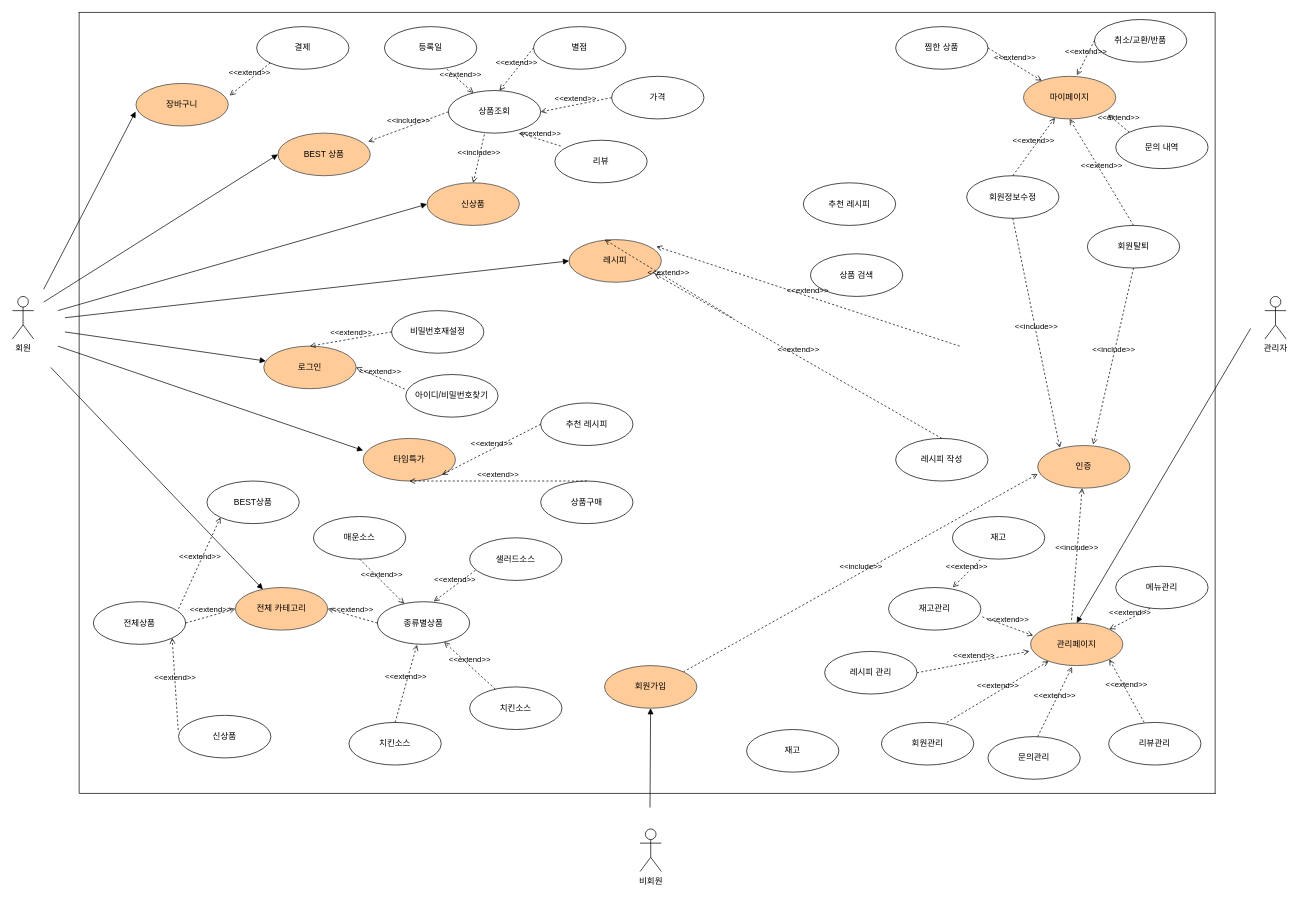
The draw.io diagram USECASE DIAGRAM.drawio in wjdwodhs/USECASE-DIAGRAM, before the edit. Source tidied: cells renumbered, new cells numbered last; positions are measured from the earlier drawing's top-left corner, leaving out a move shared by most shapes. Both pictures are drawn from the tidied source at 71%, with x=0, y=0 at pixel (12, 12).
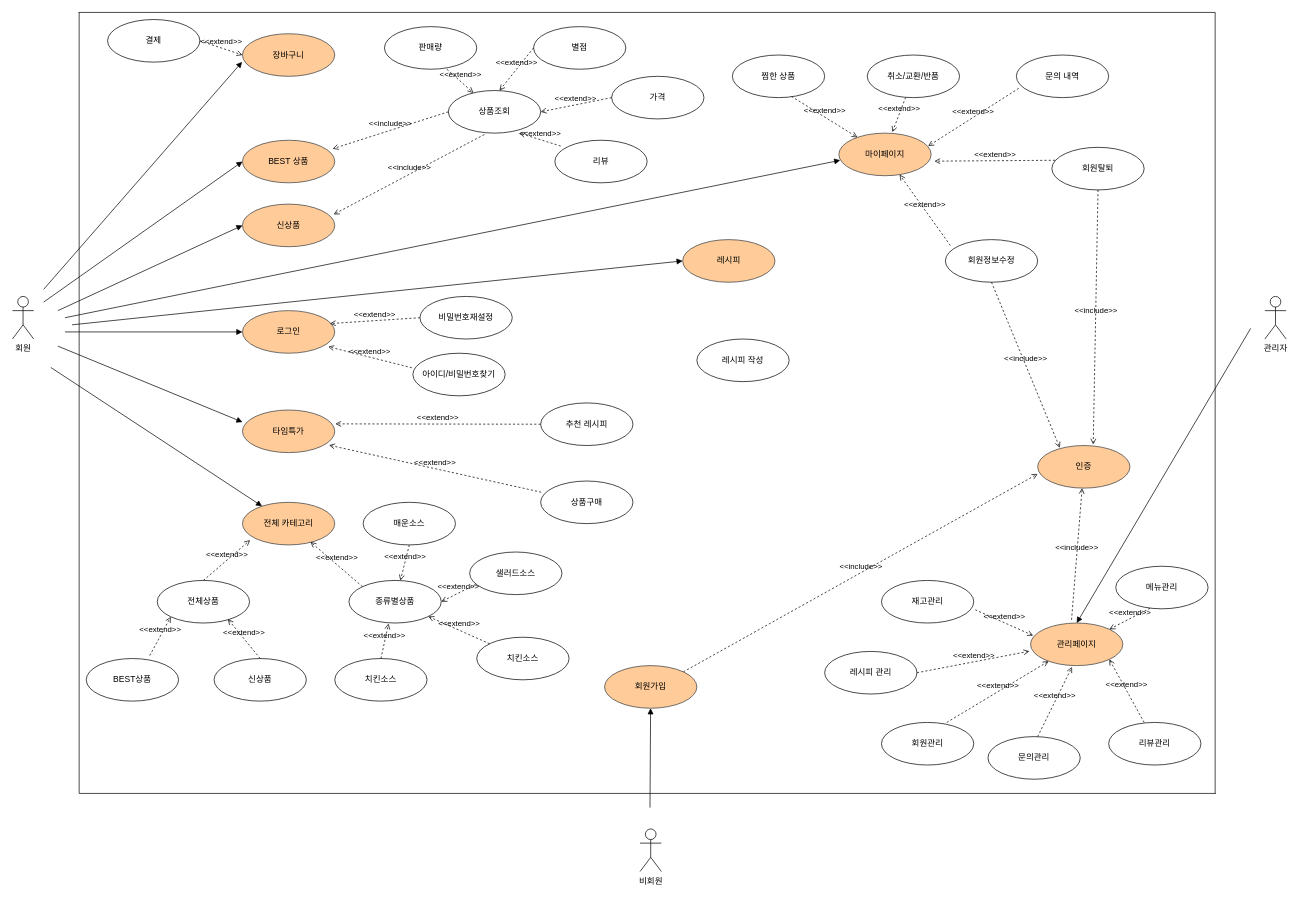
Above is the later version.

The change refers to these unchanged cells:
```xml
<mxCell id="38" value="상품조회" style="ellipse;whiteSpace=wrap;html=1;" parent="1" vertex="1">
  <mxGeometry x="614" y="110" width="130" height="60" as="geometry" />
</mxCell>
<mxCell id="39" value="상품구매" style="ellipse;whiteSpace=wrap;html=1;" parent="1" vertex="1">
  <mxGeometry x="744" y="660" width="130" height="60" as="geometry" />
</mxCell>
<mxCell id="40" value="추천 레시피" style="ellipse;whiteSpace=wrap;html=1;" parent="1" vertex="1">
  <mxGeometry x="744" y="550" width="130" height="60" as="geometry" />
</mxCell>
```

What changed in the source:
```diff
@@
     <mxCell id="4" value="로그인" style="ellipse;whiteSpace=wrap;html=1;fillColor=#ffcc99;strokeColor=#36393d;" parent="1" vertex="1">
-      <mxGeometry x="354" y="470" width="130" height="60" as="geometry" />
+      <mxGeometry x="324" y="420" width="130" height="60" as="geometry" />
     </mxCell>
     <mxCell id="5" value="타임특가" style="ellipse;whiteSpace=wrap;html=1;fillColor=#ffcc99;strokeColor=#36393d;" parent="1" vertex="1">
-      <mxGeometry x="494" y="600" width="130" height="60" as="geometry" />
+      <mxGeometry x="324" y="560" width="130" height="60" as="geometry" />
     </mxCell>
     <mxCell id="6" value="전체 카테고리" style="ellipse;whiteSpace=wrap;html=1;fillColor=#ffcc99;strokeColor=#36393d;" parent="1" vertex="1">
-      <mxGeometry x="314" y="810" width="130" height="60" as="geometry" />
+      <mxGeometry x="324" y="690" width="130" height="60" as="geometry" />
     </mxCell>
     <mxCell id="7" value="BEST 상품" style="ellipse;whiteSpace=wrap;html=1;fillColor=#ffcc99;strokeColor=#36393d;" parent="1" vertex="1">
-      <mxGeometry x="374" y="170" width="130" height="60" as="geometry" />
+      <mxGeometry x="324" y="180" width="130" height="60" as="geometry" />
     </mxCell>
     <mxCell id="8" value="신상품" style="ellipse;whiteSpace=wrap;html=1;fillColor=#ffcc99;strokeColor=#36393d;" parent="1" vertex="1">
-      <mxGeometry x="584" y="240" width="130" height="60" as="geometry" />
+      <mxGeometry x="324" y="270" width="130" height="60" as="geometry" />
     </mxCell>
     <mxCell id="9" value="아이디/비밀번호찾기" style="ellipse;whiteSpace=wrap;html=1;" parent="1" vertex="1">
-      <mxGeometry x="554" y="510" width="130" height="60" as="geometry" />
+      <mxGeometry x="564" y="480" width="130" height="60" as="geometry" />
     </mxCell>
     <mxCell id="10" value="비밀번호재설정" style="ellipse;whiteSpace=wrap;html=1;" parent="1" vertex="1">
-      <mxGeometry x="534" y="420" width="130" height="60" as="geometry" />
+      <mxGeometry x="574" y="400" width="130" height="60" as="geometry" />
     </mxCell>
@@
-    <mxCell id="16" value="&amp;lt;&amp;lt;extend&amp;gt;&amp;gt;" style="html=1;verticalAlign=bottom;labelBackgroundColor=none;endArrow=open;endFill=0;dashed=1;rounded=0;entryX=0.5;entryY=0;entryDx=0;entryDy=0;exitX=0;exitY=0.5;exitDx=0;exitDy=0;" parent="1" edge="1" source="10" target="4">
+    <mxCell id="16" value="&amp;lt;&amp;lt;extend&amp;gt;&amp;gt;" style="html=1;verticalAlign=bottom;labelBackgroundColor=none;endArrow=open;endFill=0;dashed=1;rounded=0;entryX=0.948;entryY=0.304;entryDx=0;entryDy=0;exitX=0;exitY=0.5;exitDx=0;exitDy=0;entryPerimeter=0;" parent="1" edge="1" source="10" target="4">
       <mxGeometry relative="1" as="geometry" />
     </mxCell>
-    <mxCell id="17" value="&amp;lt;&amp;lt;extend&amp;gt;&amp;gt;" style="html=1;verticalAlign=bottom;labelBackgroundColor=none;endArrow=open;endFill=0;dashed=1;rounded=0;entryX=1;entryY=0.5;entryDx=0;entryDy=0;exitX=-0.011;exitY=0.341;exitDx=0;exitDy=0;exitPerimeter=0;" parent="1" edge="1" source="9" target="4">
+    <mxCell id="17" value="&amp;lt;&amp;lt;extend&amp;gt;&amp;gt;" style="html=1;verticalAlign=bottom;labelBackgroundColor=none;endArrow=open;endFill=0;dashed=1;rounded=0;exitX=-0.011;exitY=0.341;exitDx=0;exitDy=0;exitPerimeter=0;entryX=0.929;entryY=0.846;entryDx=0;entryDy=0;entryPerimeter=0;" parent="1" edge="1" source="9" target="4">
       <mxGeometry relative="1" as="geometry" />
     </mxCell>
@@
     <mxCell id="21" value="신상품" style="ellipse;whiteSpace=wrap;html=1;" parent="1" vertex="1">
-      <mxGeometry x="234" y="990" width="130" height="60" as="geometry" />
+      <mxGeometry x="284" y="910" width="130" height="60" as="geometry" />
     </mxCell>
     <mxCell id="22" value="종류별상품" style="ellipse;whiteSpace=wrap;html=1;" parent="1" vertex="1">
-      <mxGeometry x="514" y="830" width="130" height="60" as="geometry" />
+      <mxGeometry x="474" y="800" width="130" height="60" as="geometry" />
     </mxCell>
     <mxCell id="23" value="전체상품" style="ellipse;whiteSpace=wrap;html=1;" parent="1" vertex="1">
-      <mxGeometry x="114" y="830" width="130" height="60" as="geometry" />
+      <mxGeometry x="204" y="800" width="130" height="60" as="geometry" />
     </mxCell>
     <mxCell id="24" value="BEST상품" style="ellipse;whiteSpace=wrap;html=1;" parent="1" vertex="1">
-      <mxGeometry x="274" y="660" width="130" height="60" as="geometry" />
+      <mxGeometry x="104" y="910" width="130" height="60" as="geometry" />
     </mxCell>
     <mxCell id="25" value="매운소스" style="ellipse;whiteSpace=wrap;html=1;" parent="1" vertex="1">
-      <mxGeometry x="424" y="710" width="130" height="60" as="geometry" />
+      <mxGeometry x="494" y="690" width="130" height="60" as="geometry" />
     </mxCell>
     <mxCell id="26" value="샐러드소스" style="ellipse;whiteSpace=wrap;html=1;" parent="1" vertex="1">
-      <mxGeometry x="644" y="740" width="130" height="60" as="geometry" />
+      <mxGeometry x="644" y="760" width="130" height="60" as="geometry" />
     </mxCell>
     <mxCell id="27" value="치킨소스" style="ellipse;whiteSpace=wrap;html=1;" parent="1" vertex="1">
-      <mxGeometry x="474" y="1000" width="130" height="60" as="geometry" />
+      <mxGeometry x="454" y="910" width="130" height="60" as="geometry" />
     </mxCell>
     <mxCell id="28" value="레시피" style="ellipse;whiteSpace=wrap;html=1;fillColor=#ffcc99;strokeColor=#36393d;" parent="1" vertex="1">
-      <mxGeometry x="784" y="320" width="130" height="60" as="geometry" />
+      <mxGeometry x="944" y="320" width="130" height="60" as="geometry" />
     </mxCell>
     <mxCell id="29" value="장바구니" style="ellipse;whiteSpace=wrap;html=1;fillColor=#ffcc99;strokeColor=#36393d;" parent="1" vertex="1">
-      <mxGeometry x="174" y="100" width="130" height="60" as="geometry" />
+      <mxGeometry x="324" y="30" width="130" height="60" as="geometry" />
     </mxCell>
@@
     <mxCell id="32" value="결제" style="ellipse;whiteSpace=wrap;html=1;" parent="1" vertex="1">
-      <mxGeometry x="344" y="20" width="130" height="60" as="geometry" />
+      <mxGeometry x="134" y="10" width="130" height="60" as="geometry" />
     </mxCell>
@@
-    <mxCell id="35" value="등록일" style="ellipse;whiteSpace=wrap;html=1;" parent="1" vertex="1">
+    <mxCell id="35" value="판매량" style="ellipse;whiteSpace=wrap;html=1;" parent="1" vertex="1">
       <mxGeometry x="524" y="20" width="130" height="60" as="geometry" />
     </mxCell>
@@
-    <mxCell id="41" value="&amp;lt;&amp;lt;extend&amp;gt;&amp;gt;" style="html=1;verticalAlign=bottom;labelBackgroundColor=none;endArrow=open;endFill=0;dashed=1;rounded=0;entryX=1;entryY=1;entryDx=0;entryDy=0;exitX=0;exitY=0.5;exitDx=0;exitDy=0;" parent="1" edge="1" source="40" target="5">
+    <mxCell id="41" value="&amp;lt;&amp;lt;extend&amp;gt;&amp;gt;" style="html=1;verticalAlign=bottom;labelBackgroundColor=none;endArrow=open;endFill=0;dashed=1;rounded=0;entryX=1.006;entryY=0.325;entryDx=0;entryDy=0;exitX=0;exitY=0.5;exitDx=0;exitDy=0;entryPerimeter=0;" parent="1" edge="1" source="40" target="5">
       <mxGeometry relative="1" as="geometry" />
     </mxCell>
-    <mxCell id="42" value="&amp;lt;&amp;lt;extend&amp;gt;&amp;gt;" style="html=1;verticalAlign=bottom;labelBackgroundColor=none;endArrow=open;endFill=0;dashed=1;rounded=0;entryX=0.5;entryY=1;entryDx=0;entryDy=0;exitX=0.5;exitY=0;exitDx=0;exitDy=0;" parent="1" edge="1" source="39" target="5">
+    <mxCell id="42" value="&amp;lt;&amp;lt;extend&amp;gt;&amp;gt;" style="html=1;verticalAlign=bottom;labelBackgroundColor=none;endArrow=open;endFill=0;dashed=1;rounded=0;entryX=0.938;entryY=0.825;entryDx=0;entryDy=0;exitX=0.006;exitY=0.262;exitDx=0;exitDy=0;entryPerimeter=0;exitPerimeter=0;" parent="1" edge="1" source="39" target="5">
       <mxGeometry relative="1" as="geometry" />
     </mxCell>
@@
     <mxCell id="44" value="마이페이지" style="ellipse;whiteSpace=wrap;html=1;fillColor=#ffcc99;strokeColor=#36393d;" parent="1" vertex="1">
-      <mxGeometry x="1424" y="90" width="130" height="60" as="geometry" />
+      <mxGeometry x="1164" y="170" width="130" height="60" as="geometry" />
     </mxCell>
     <mxCell id="45" value="찜한 상품" style="ellipse;whiteSpace=wrap;html=1;" parent="1" vertex="1">
-      <mxGeometry x="1244" y="20" width="130" height="60" as="geometry" />
+      <mxGeometry x="1014" y="60" width="130" height="60" as="geometry" />
     </mxCell>
     <mxCell id="46" value="회원정보수정" style="ellipse;whiteSpace=wrap;html=1;" parent="1" vertex="1">
-      <mxGeometry x="1344" y="230" width="130" height="60" as="geometry" />
+      <mxGeometry x="1314" y="320" width="130" height="60" as="geometry" />
     </mxCell>
     <mxCell id="47" value="회원탈퇴" style="ellipse;whiteSpace=wrap;html=1;" parent="1" vertex="1">
-      <mxGeometry x="1514" y="300" width="130" height="60" as="geometry" />
+      <mxGeometry x="1464" y="190" width="130" height="60" as="geometry" />
     </mxCell>
     <mxCell id="48" value="문의 내역" style="ellipse;whiteSpace=wrap;html=1;" parent="1" vertex="1">
-      <mxGeometry x="1554" y="160" width="130" height="60" as="geometry" />
+      <mxGeometry x="1414" y="60" width="130" height="60" as="geometry" />
     </mxCell>
     <mxCell id="49" value="취소/교환/반품" style="ellipse;whiteSpace=wrap;html=1;" parent="1" vertex="1">
-      <mxGeometry x="1524" y="10" width="130" height="60" as="geometry" />
+      <mxGeometry x="1204" y="60" width="130" height="60" as="geometry" />
     </mxCell>
-    <mxCell id="50" value="&amp;lt;&amp;lt;extend&amp;gt;&amp;gt;" style="html=1;verticalAlign=bottom;labelBackgroundColor=none;endArrow=open;endFill=0;dashed=1;rounded=0;exitX=0.5;exitY=0;exitDx=0;exitDy=0;" parent="1" edge="1" source="46" target="44">
+    <mxCell id="50" value="&amp;lt;&amp;lt;extend&amp;gt;&amp;gt;" style="html=1;verticalAlign=bottom;labelBackgroundColor=none;endArrow=open;endFill=0;dashed=1;rounded=0;exitX=0.054;exitY=0.137;exitDx=0;exitDy=0;exitPerimeter=0;" parent="1" edge="1" source="46" target="44">
       <mxGeometry relative="1" as="geometry" />
     </mxCell>
-    <mxCell id="51" value="&amp;lt;&amp;lt;extend&amp;gt;&amp;gt;" style="html=1;verticalAlign=bottom;labelBackgroundColor=none;endArrow=open;endFill=0;dashed=1;rounded=0;entryX=0.5;entryY=1;entryDx=0;entryDy=0;exitX=0.5;exitY=0;exitDx=0;exitDy=0;" parent="1" edge="1" source="47" target="44">
+    <mxCell id="51" value="&amp;lt;&amp;lt;extend&amp;gt;&amp;gt;" style="html=1;verticalAlign=bottom;labelBackgroundColor=none;endArrow=open;endFill=0;dashed=1;rounded=0;entryX=1.035;entryY=0.658;entryDx=0;entryDy=0;exitX=0.035;exitY=0.304;exitDx=0;exitDy=0;entryPerimeter=0;exitPerimeter=0;" parent="1" edge="1" source="47" target="44">
       <mxGeometry relative="1" as="geometry" />
     </mxCell>
-    <mxCell id="52" value="&amp;lt;&amp;lt;extend&amp;gt;&amp;gt;" style="html=1;verticalAlign=bottom;labelBackgroundColor=none;endArrow=open;endFill=0;dashed=1;rounded=0;entryX=0.917;entryY=0.897;entryDx=0;entryDy=0;entryPerimeter=0;exitX=0;exitY=0;exitDx=0;exitDy=0;" parent="1" edge="1" source="48" target="44">
+    <mxCell id="52" value="&amp;lt;&amp;lt;extend&amp;gt;&amp;gt;" style="html=1;verticalAlign=bottom;labelBackgroundColor=none;endArrow=open;endFill=0;dashed=1;rounded=0;entryX=0.967;entryY=0.304;entryDx=0;entryDy=0;entryPerimeter=0;exitX=0.025;exitY=0.783;exitDx=0;exitDy=0;exitPerimeter=0;" parent="1" edge="1" source="48" target="44">
       <mxGeometry relative="1" as="geometry" />
     </mxCell>
-    <mxCell id="53" value="&amp;lt;&amp;lt;extend&amp;gt;&amp;gt;" style="html=1;verticalAlign=bottom;labelBackgroundColor=none;endArrow=open;endFill=0;dashed=1;rounded=0;exitX=1;exitY=0.5;exitDx=0;exitDy=0;" parent="1" edge="1" source="45" target="44">
+    <mxCell id="53" value="&amp;lt;&amp;lt;extend&amp;gt;&amp;gt;" style="html=1;verticalAlign=bottom;labelBackgroundColor=none;endArrow=open;endFill=0;dashed=1;rounded=0;exitX=0.64;exitY=0.971;exitDx=0;exitDy=0;exitPerimeter=0;" parent="1" edge="1" source="45" target="44">
       <mxGeometry x="0.01" relative="1" as="geometry" />
     </mxCell>
-    <mxCell id="54" value="&amp;lt;&amp;lt;extend&amp;gt;&amp;gt;" style="html=1;verticalAlign=bottom;labelBackgroundColor=none;endArrow=open;endFill=0;dashed=1;rounded=0;entryX=0.58;entryY=-0.024;entryDx=0;entryDy=0;entryPerimeter=0;" parent="1" edge="1" target="44">
-      <mxGeometry relative="1" as="geometry">
-        <mxPoint x="1524" y="39.5" as="sourcePoint" />
-      </mxGeometry>
+    <mxCell id="54" value="&amp;lt;&amp;lt;extend&amp;gt;&amp;gt;" style="html=1;verticalAlign=bottom;labelBackgroundColor=none;endArrow=open;endFill=0;dashed=1;rounded=0;entryX=0.58;entryY=-0.024;entryDx=0;entryDy=0;entryPerimeter=0;" parent="1" edge="1" source="49" target="44">
+      <mxGeometry relative="1" as="geometry" />
     </mxCell>
@@
-    <mxCell id="60" value="상품 검색" style="ellipse;whiteSpace=wrap;html=1;" parent="1" vertex="1">
-      <mxGeometry x="1124" y="340" width="130" height="60" as="geometry" />
-    </mxCell>
-    <mxCell id="61" value="추천 레시피" style="ellipse;whiteSpace=wrap;html=1;" parent="1" vertex="1">
-      <mxGeometry x="1114" y="240" width="130" height="60" as="geometry" />
-    </mxCell>
     <mxCell id="62" value="레시피 작성" style="ellipse;whiteSpace=wrap;html=1;" parent="1" vertex="1">
-      <mxGeometry x="1244" y="600" width="130" height="60" as="geometry" />
+      <mxGeometry x="964" y="460" width="130" height="60" as="geometry" />
     </mxCell>
@@
-    <mxCell id="64" value="&amp;lt;&amp;lt;extend&amp;gt;&amp;gt;" style="html=1;verticalAlign=bottom;labelBackgroundColor=none;endArrow=open;endFill=0;dashed=1;rounded=0;entryX=0.385;entryY=0;entryDx=0;entryDy=0;entryPerimeter=0;" parent="1" edge="1" target="28">
-      <mxGeometry relative="1" as="geometry">
-        <mxPoint x="1014" y="430" as="sourcePoint" />
-      </mxGeometry>
-    </mxCell>
-    <mxCell id="65" value="&amp;lt;&amp;lt;extend&amp;gt;&amp;gt;" style="html=1;verticalAlign=bottom;labelBackgroundColor=none;endArrow=open;endFill=0;dashed=1;rounded=0;exitX=0.5;exitY=0;exitDx=0;exitDy=0;entryX=0.928;entryY=0.808;entryDx=0;entryDy=0;entryPerimeter=0;" parent="1" edge="1" source="62" target="28">
-      <mxGeometry relative="1" as="geometry" />
-    </mxCell>
-    <mxCell id="66" value="&amp;lt;&amp;lt;extend&amp;gt;&amp;gt;" style="html=1;verticalAlign=bottom;labelBackgroundColor=none;endArrow=open;endFill=0;dashed=1;rounded=0;exitX=0.394;exitY=-0.065;exitDx=0;exitDy=0;exitPerimeter=0;entryX=0.946;entryY=0.161;entryDx=0;entryDy=0;entryPerimeter=0;" parent="1" edge="1" target="28">
-      <mxGeometry relative="1" as="geometry">
-        <mxPoint x="1334" y="470" as="sourcePoint" />
-      </mxGeometry>
-    </mxCell>
@@
     <mxCell id="71" value="재고관리" style="ellipse;whiteSpace=wrap;html=1;" parent="1" vertex="1">
-      <mxGeometry x="1234" y="810" width="130" height="60" as="geometry" />
+      <mxGeometry x="1224" y="800" width="130" height="60" as="geometry" />
     </mxCell>
-    <mxCell id="72" value="재고" style="ellipse;whiteSpace=wrap;html=1;" parent="1" vertex="1">
-      <mxGeometry x="1324" y="710" width="130" height="60" as="geometry" />
-    </mxCell>
-    <mxCell id="73" value="&amp;lt;&amp;lt;extend&amp;gt;&amp;gt;" style="html=1;verticalAlign=bottom;labelBackgroundColor=none;endArrow=open;endFill=0;dashed=1;rounded=0;exitX=0.304;exitY=1.012;exitDx=0;exitDy=0;exitPerimeter=0;entryX=0.696;entryY=-0.004;entryDx=0;entryDy=0;entryPerimeter=0;" parent="1" edge="1" source="72" target="71">
-      <mxGeometry x="-0.01" relative="1" as="geometry" />
-    </mxCell>
@@
-    <mxCell id="81" value="재고" style="ellipse;whiteSpace=wrap;html=1;" parent="1" vertex="1">
-      <mxGeometry x="1034" y="1010" width="130" height="60" as="geometry" />
-    </mxCell>
     <mxCell id="82" value="치킨소스" style="ellipse;whiteSpace=wrap;html=1;" parent="1" vertex="1">
-      <mxGeometry x="644" y="950" width="130" height="60" as="geometry" />
+      <mxGeometry x="654" y="880" width="130" height="60" as="geometry" />
     </mxCell>
-    <mxCell id="83" value="&amp;lt;&amp;lt;extend&amp;gt;&amp;gt;" style="html=1;verticalAlign=bottom;labelBackgroundColor=none;endArrow=open;endFill=0;dashed=1;rounded=0;entryX=1;entryY=1;entryDx=0;entryDy=0;exitX=-0.004;exitY=0.346;exitDx=0;exitDy=0;exitPerimeter=0;" parent="1" edge="1" source="21" target="23">
+    <mxCell id="83" value="&amp;lt;&amp;lt;extend&amp;gt;&amp;gt;" style="html=1;verticalAlign=bottom;labelBackgroundColor=none;endArrow=open;endFill=0;dashed=1;rounded=0;exitX=0.5;exitY=0;exitDx=0;exitDy=0;entryX=0.765;entryY=0.908;entryDx=0;entryDy=0;entryPerimeter=0;" parent="1" edge="1" source="21" target="23">
       <mxGeometry relative="1" as="geometry" />
     </mxCell>
-    <mxCell id="84" value="&amp;lt;&amp;lt;extend&amp;gt;&amp;gt;" style="html=1;verticalAlign=bottom;labelBackgroundColor=none;endArrow=open;endFill=0;dashed=1;rounded=0;entryX=0;entryY=1;entryDx=0;entryDy=0;exitX=0.923;exitY=0.167;exitDx=0;exitDy=0;exitPerimeter=0;" parent="1" edge="1" source="23" target="24">
+    <mxCell id="84" value="&amp;lt;&amp;lt;extend&amp;gt;&amp;gt;" style="html=1;verticalAlign=bottom;labelBackgroundColor=none;endArrow=open;endFill=0;dashed=1;rounded=0;entryX=0;entryY=1;entryDx=0;entryDy=0;exitX=0.688;exitY=-0.071;exitDx=0;exitDy=0;exitPerimeter=0;" parent="1" edge="1" source="24" target="23">
       <mxGeometry relative="1" as="geometry" />
     </mxCell>
-    <mxCell id="85" value="&amp;lt;&amp;lt;extend&amp;gt;&amp;gt;" style="html=1;verticalAlign=bottom;labelBackgroundColor=none;endArrow=open;endFill=0;dashed=1;rounded=0;entryX=0;entryY=0.5;entryDx=0;entryDy=0;exitX=1;exitY=0.5;exitDx=0;exitDy=0;" parent="1" edge="1" source="23" target="6">
+    <mxCell id="85" value="&amp;lt;&amp;lt;extend&amp;gt;&amp;gt;" style="html=1;verticalAlign=bottom;labelBackgroundColor=none;endArrow=open;endFill=0;dashed=1;rounded=0;exitX=0.5;exitY=0;exitDx=0;exitDy=0;entryX=0.083;entryY=0.887;entryDx=0;entryDy=0;entryPerimeter=0;" parent="1" edge="1" source="23" target="6">
       <mxGeometry relative="1" as="geometry" />
     </mxCell>
-    <mxCell id="86" value="&amp;lt;&amp;lt;extend&amp;gt;&amp;gt;" style="html=1;verticalAlign=bottom;labelBackgroundColor=none;endArrow=open;endFill=0;dashed=1;rounded=0;entryX=1;entryY=0.5;entryDx=0;entryDy=0;exitX=0;exitY=0.5;exitDx=0;exitDy=0;" parent="1" edge="1" source="22" target="6">
+    <mxCell id="86" value="&amp;lt;&amp;lt;extend&amp;gt;&amp;gt;" style="html=1;verticalAlign=bottom;labelBackgroundColor=none;endArrow=open;endFill=0;dashed=1;rounded=0;entryX=0.737;entryY=0.929;entryDx=0;entryDy=0;exitX=0;exitY=0;exitDx=0;exitDy=0;entryPerimeter=0;" parent="1" edge="1" source="22" target="6">
       <mxGeometry relative="1" as="geometry" />
     </mxCell>
@@
-    <mxCell id="90" value="&amp;lt;&amp;lt;extend&amp;gt;&amp;gt;" style="html=1;verticalAlign=bottom;labelBackgroundColor=none;endArrow=open;endFill=0;dashed=1;rounded=0;exitX=0.063;exitY=0.762;exitDx=0;exitDy=0;exitPerimeter=0;entryX=0.612;entryY=-0.008;entryDx=0;entryDy=0;entryPerimeter=0;" parent="1" edge="1" source="26" target="22">
+    <mxCell id="90" value="&amp;lt;&amp;lt;extend&amp;gt;&amp;gt;" style="html=1;verticalAlign=bottom;labelBackgroundColor=none;endArrow=open;endFill=0;dashed=1;rounded=0;exitX=0.063;exitY=0.762;exitDx=0;exitDy=0;exitPerimeter=0;entryX=1;entryY=0.5;entryDx=0;entryDy=0;" parent="1" edge="1" source="26" target="22">
       <mxGeometry relative="1" as="geometry" />
     </mxCell>
@@
-    <mxCell id="93" style="html=1;verticalAlign=bottom;labelBackgroundColor=none;endArrow=block;endFill=1;rounded=0;entryX=0;entryY=0.5;entryDx=0;entryDy=0;" parent="1" edge="1" target="28">
+    <mxCell id="93" style="html=1;verticalAlign=bottom;labelBackgroundColor=none;endArrow=block;endFill=1;rounded=0;entryX=0.015;entryY=0.637;entryDx=0;entryDy=0;entryPerimeter=0;" parent="1" edge="1" target="44">
       <mxGeometry relative="1" as="geometry">
         <mxPoint x="74" y="430" as="sourcePoint" />
       </mxGeometry>
     </mxCell>
-    <mxCell id="94" value="&amp;lt;&amp;lt;extend&amp;gt;&amp;gt;" style="html=1;verticalAlign=bottom;labelBackgroundColor=none;endArrow=open;endFill=0;dashed=1;rounded=0;entryX=1.015;entryY=0.283;entryDx=0;entryDy=0;exitX=0;exitY=1;exitDx=0;exitDy=0;entryPerimeter=0;" parent="1" edge="1" source="32" target="29">
+    <mxCell id="94" value="&amp;lt;&amp;lt;extend&amp;gt;&amp;gt;" style="html=1;verticalAlign=bottom;labelBackgroundColor=none;endArrow=open;endFill=0;dashed=1;rounded=0;entryX=0;entryY=0.5;entryDx=0;entryDy=0;exitX=1;exitY=0.5;exitDx=0;exitDy=0;" parent="1" edge="1" source="32" target="29">
       <mxGeometry relative="1" as="geometry" />
     </mxCell>
@@
-    <mxCell id="101" value="&amp;lt;&amp;lt;include&amp;gt;&amp;gt;" style="html=1;verticalAlign=bottom;labelBackgroundColor=none;endArrow=open;endFill=0;dashed=1;rounded=0;exitX=0.39;exitY=1.033;exitDx=0;exitDy=0;entryX=0.5;entryY=0;entryDx=0;entryDy=0;exitPerimeter=0;" parent="1" edge="1" source="38" target="8">
+    <mxCell id="101" value="&amp;lt;&amp;lt;include&amp;gt;&amp;gt;" style="html=1;verticalAlign=bottom;labelBackgroundColor=none;endArrow=open;endFill=0;dashed=1;rounded=0;exitX=0.39;exitY=1.033;exitDx=0;exitDy=0;entryX=0.987;entryY=0.242;entryDx=0;entryDy=0;exitPerimeter=0;entryPerimeter=0;" parent="1" edge="1" source="38" target="8">
       <mxGeometry relative="1" as="geometry" />
     </mxCell>
+    <mxCell id="102" style="html=1;verticalAlign=bottom;labelBackgroundColor=none;endArrow=block;endFill=1;rounded=0;entryX=0;entryY=0.5;entryDx=0;entryDy=0;" parent="1" edge="1" target="28">
+      <mxGeometry relative="1" as="geometry">
+        <mxPoint x="84" y="440" as="sourcePoint" />
+      </mxGeometry>
+    </mxCell>
```
